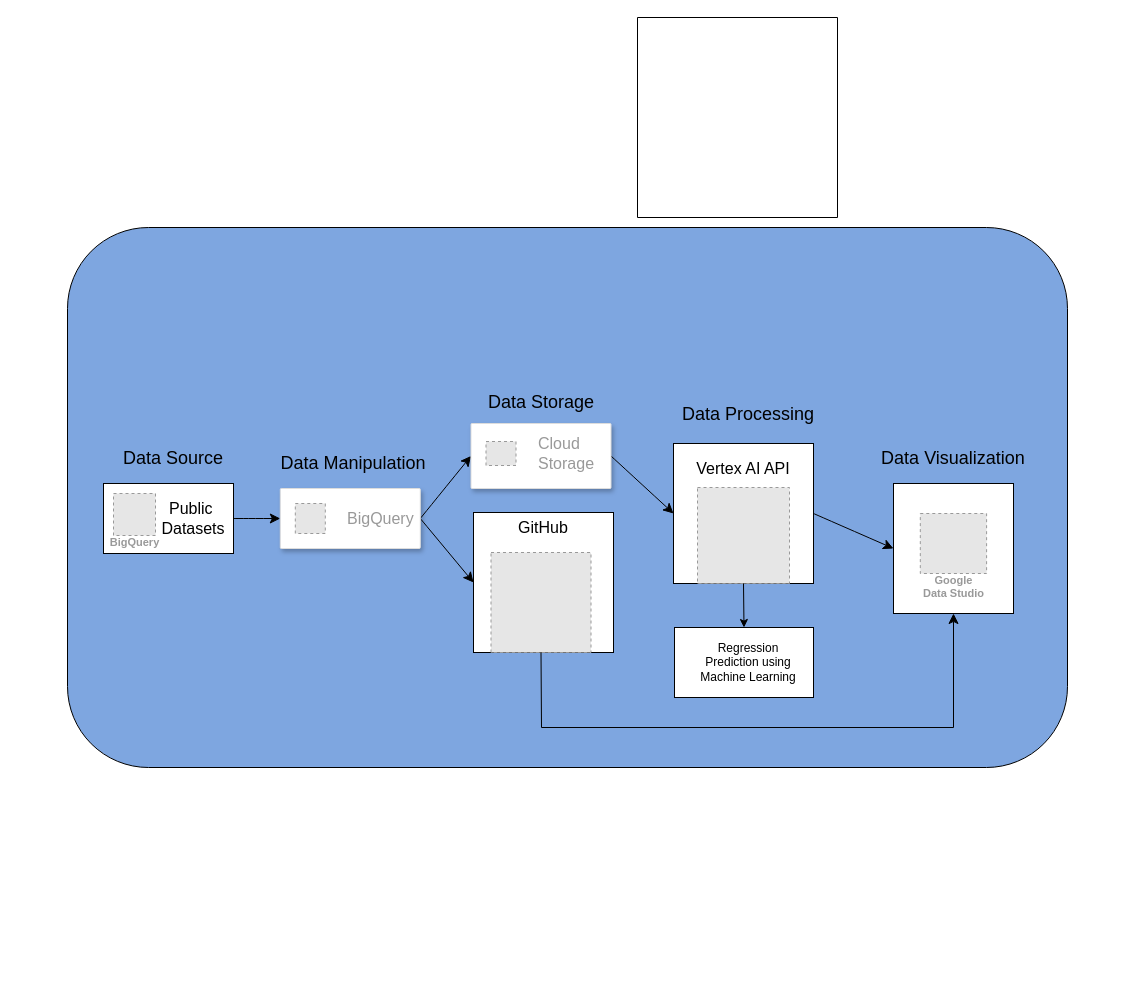
Before: Architecture Diagram HW4.drawio in cfitzg4/QTM-250-HW-4, a draw.io diagram. Source tidied: cells renumbered, new cells numbered last; positions are measured from the earlier drawing's top-left corner, leaving out a move shared by most shapes. Both pictures are drawn from the tidied source at 100%, with x=0, y=0 at pixel (67, 17). Pictures stored in the file or linked from it are replaced by grey dashed boxes.
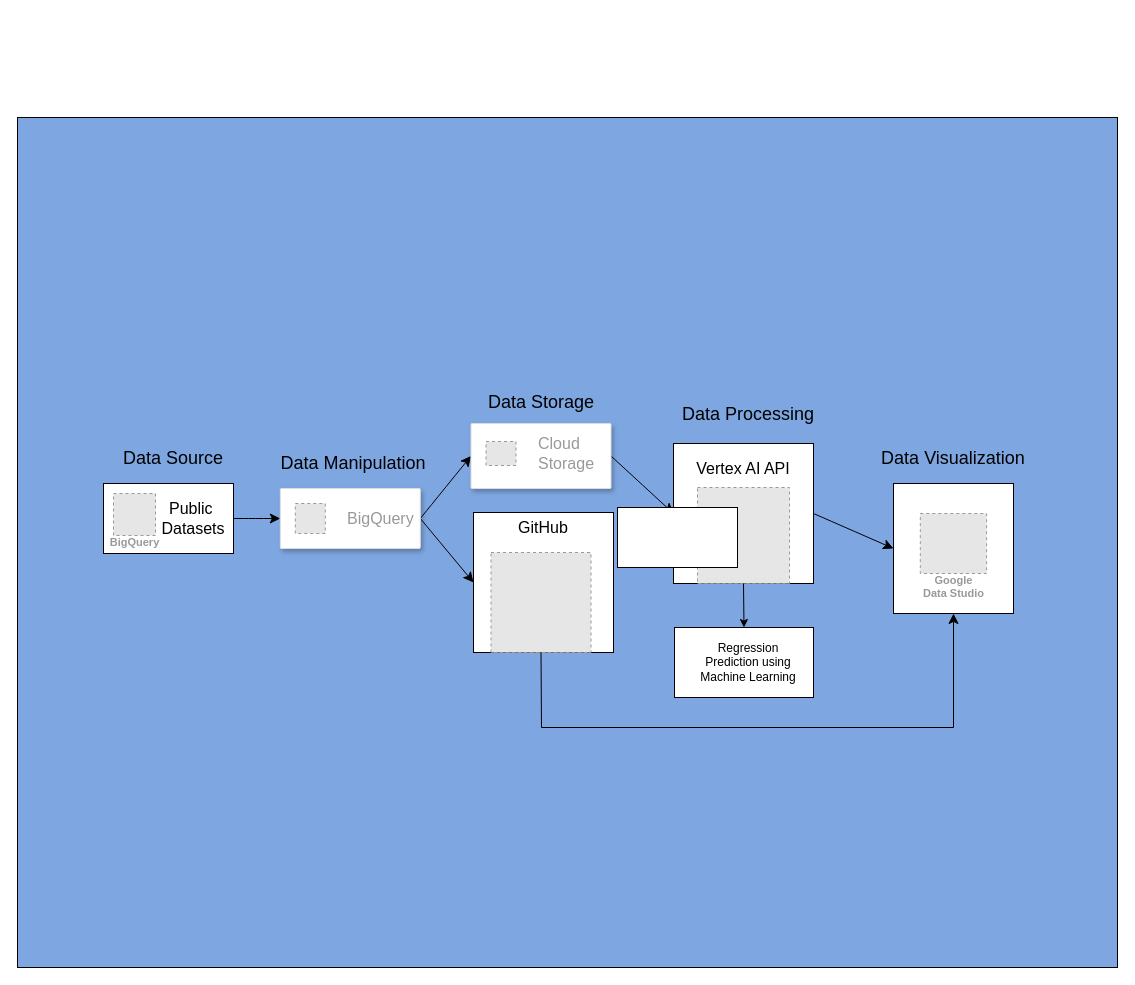
The same diagram, later.

The edit, as a diff of the source:
```diff
@@
-    <mxCell id="2" style="rounded=1;whiteSpace=wrap;html=1;fillColor=#7EA6E0;" parent="1" vertex="1">
-      <mxGeometry y="210" width="1000" height="540" as="geometry" />
-    </mxCell>
+    <mxCell id="34" style="rounded=0;whiteSpace=wrap;html=1;fillColor=#7EA6E0;" parent="1" vertex="1">
+      <mxGeometry x="-50" y="100" width="1100" height="850" as="geometry" />
+    </mxCell>
@@
-    <mxCell id="33" style="swimlane;startSize=0;" parent="1" vertex="1">
-      <mxGeometry x="570" width="200" height="200" as="geometry" />
-    </mxCell>
+    <mxCell id="35" style="rounded=0;whiteSpace=wrap;html=1;" parent="1" vertex="1">
+      <mxGeometry x="550" y="490" width="120" height="60" as="geometry" />
+    </mxCell>
```
